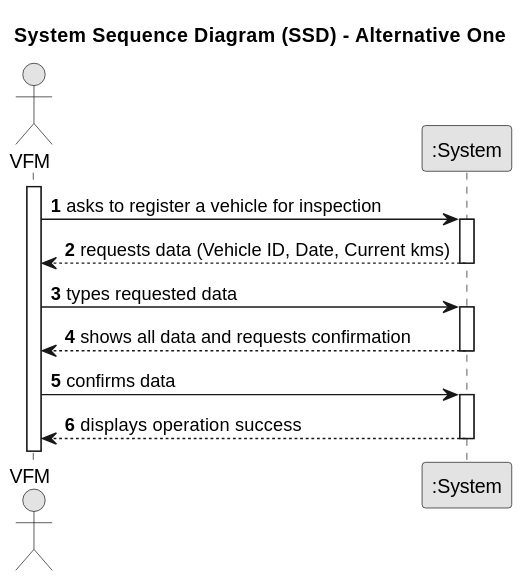
This is docs/sprintA/us007/01.requirements-engineering/svg/us007-system-sequence-diagram-alternative-one.svg from Departamento-de-Engenharia-Informatica/lei-24-s2-1do-g164, a PlantUML export, as it was before one commit.
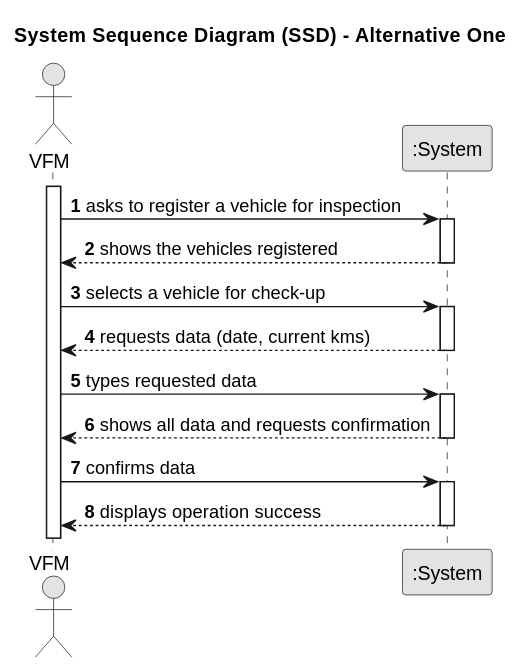
Later version of the same file.

Diff of the diagram source:
```diff
@@ -15,7 +15,13 @@
     Employee -> System : asks to register a vehicle for inspection
     activate System
 
-        System --> Employee :  requests data (Vehicle ID, Date, Current kms)
+        System --> Employee :  shows the vehicles registered
+    deactivate System
+
+    Employee -> System : selects a vehicle for check-up
+    activate System
+
+ System --> Employee :  requests data (date, current kms)
     deactivate System
 
     Employee -> System : types requested data
```
